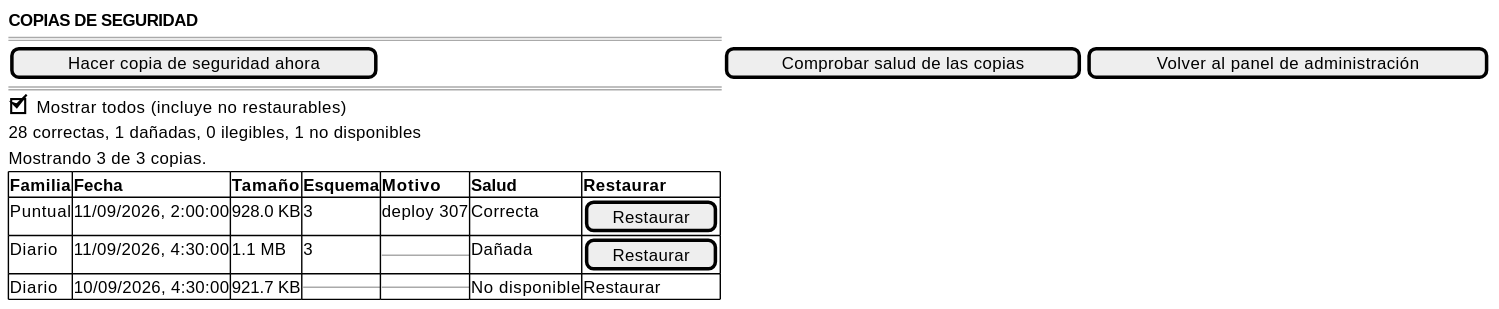
Above: images/RUP/01-requisitos/03-detalle-casos-uso/comprobarCopiasSeguridad/wireframe.svg in mmasias/pyCeldaPublico (PlantUML), before the change.
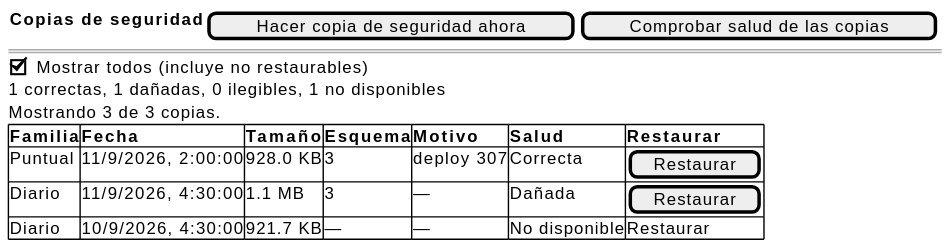
The same diagram one commit later.

Diff of the diagram source:
```diff
@@ -1,17 +1,15 @@
 @startsalt comprobarCopiasSeguridad-wireframe
 {
-    <b>COPIAS DE SEGURIDAD</b>
-    ====
-    [ Hacer copia de seguridad ahora ] | [ Comprobar salud de las copias ] | [ Volver al panel de administración ]
+    { <b>Copias de seguridad</b> | [ Hacer copia de seguridad ahora ] | [ Comprobar salud de las copias ] }
     ====
     [X] Mostrar todos (incluye no restaurables)
-    28 correctas, 1 dañadas, 0 ilegibles, 1 no disponibles
+    1 correctas, 1 dañadas, 0 ilegibles, 1 no disponibles
     Mostrando 3 de 3 copias.
     {#
         <b>Familia | <b>Fecha | <b>Tamaño | <b>Esquema | <b>Motivo | <b>Salud | <b>Restaurar
-        Puntual | 11/09/2026, 2:00:00 | 928.0 KB | 3 | deploy 307 | Correcta | [ Restaurar ]
-        Diario  | 11/09/2026, 4:30:00 | 1.1 MB   | 3 | --         | Dañada   | [ Restaurar ]
-        Diario  | 10/09/2026, 4:30:00 | 921.7 KB | -- | --        | No disponible | Restaurar
+        Puntual | 11/9/2026, 2:00:00 | 928.0 KB | 3 | deploy 307 | Correcta | [ Restaurar ]
+        Diario  | 11/9/2026, 4:30:00 | 1.1 MB   | 3 | —         | Dañada   | [ Restaurar ]
+        Diario  | 10/9/2026, 4:30:00 | 921.7 KB | — | —        | No disponible | Restaurar
     }
 }
 @endsalt
```
